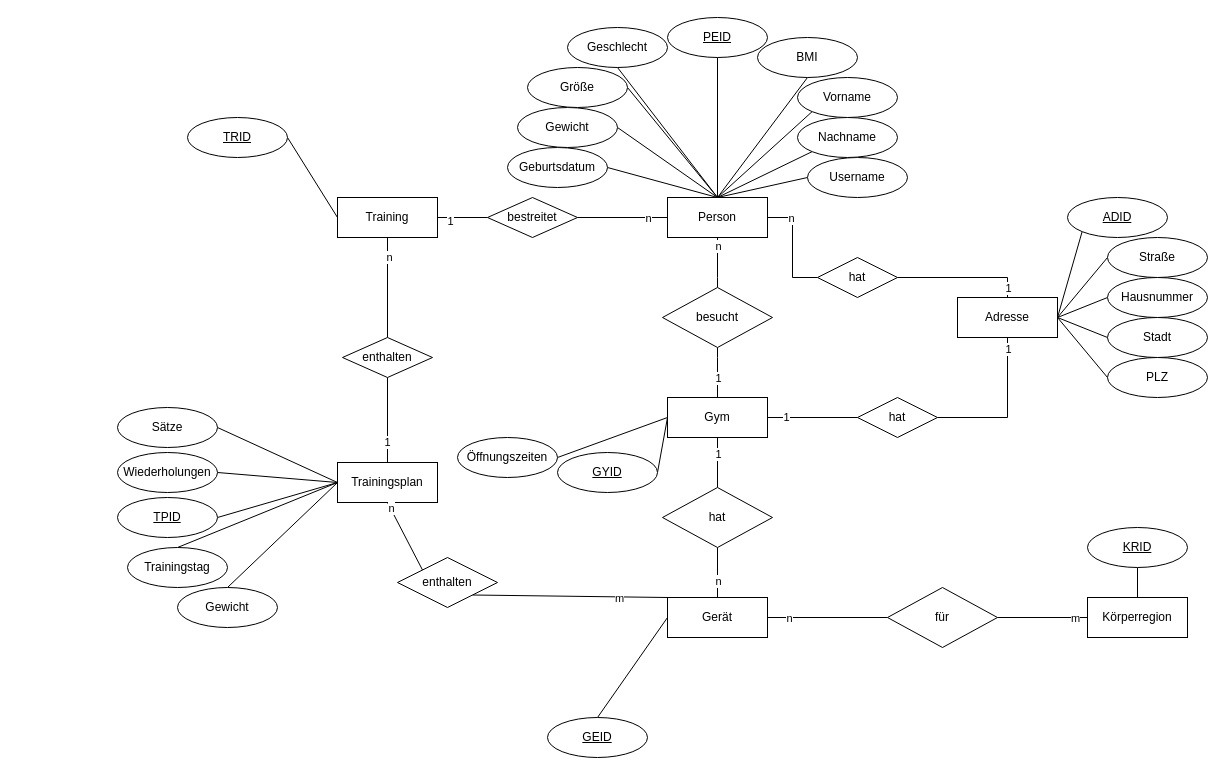
Before: Diagramme/ERDiagramm_InfinityApp.drawio in jonnef/InfinityApp, a draw.io diagram. Source tidied: cells renumbered, new cells numbered last; positions are measured from the earlier drawing's top-left corner, leaving out a move shared by most shapes. Both pictures are drawn from the tidied source at 100%, with x=0, y=0 at pixel (117, 17).
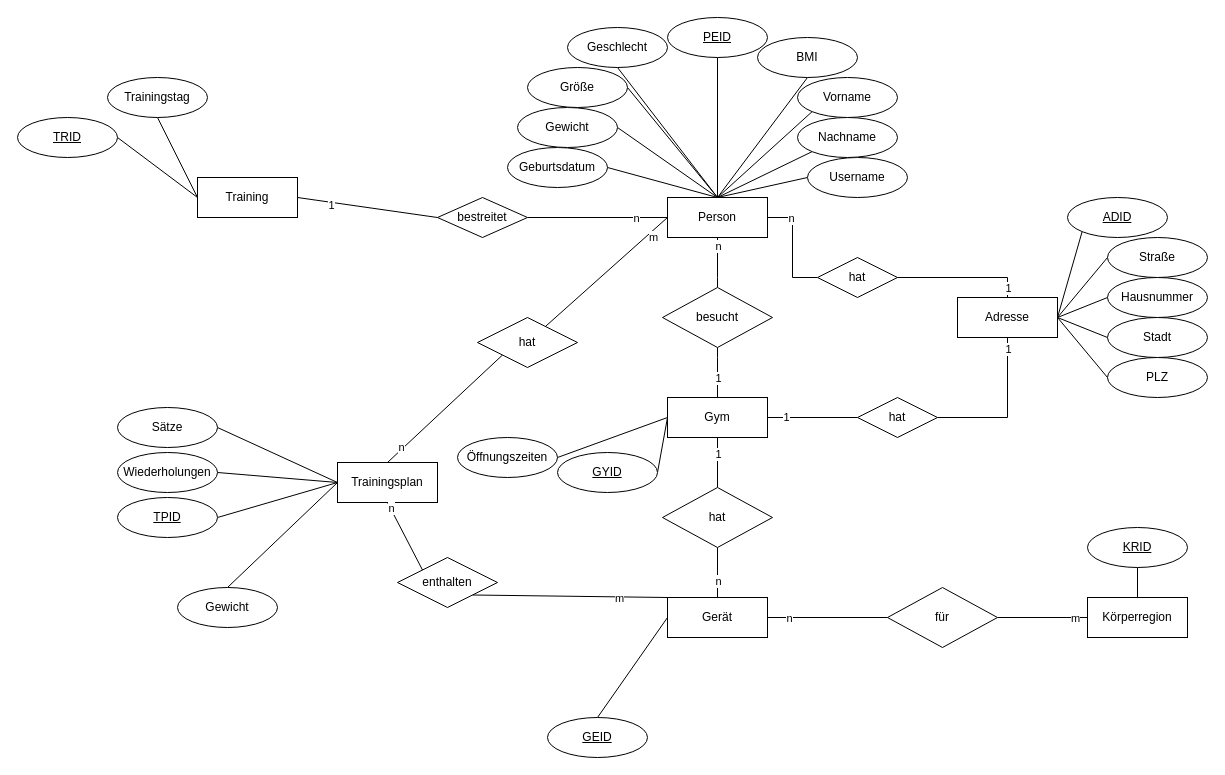
The same page after the edit.

Unchanged cells that the change refers to:
```xml
<mxCell id="6" value="Person" style="whiteSpace=wrap;html=1;align=center;" parent="1" vertex="1">
  <mxGeometry x="550" y="180" width="100" height="40" as="geometry" />
</mxCell>
<mxCell id="70" value="Trainingsplan" style="whiteSpace=wrap;html=1;align=center;" parent="1" vertex="1">
  <mxGeometry x="220" y="445" width="100" height="40" as="geometry" />
</mxCell>
```

Change to the diagram source:
```diff
@@
+    <mxCell id="97" style="edgeStyle=none;rounded=0;jettySize=auto;html=1;exitX=0;exitY=0.5;exitDx=0;exitDy=0;endArrow=none;endFill=0;" parent="1" edge="1" source="6" target="101">
+      <mxGeometry relative="1" as="geometry" />
+    </mxCell>
+    <mxCell id="98" value="m" style="edgeLabel;html=1;align=center;verticalAlign=middle;" parent="97" vertex="1">
+      <mxGeometry x="-0.71" y="5" relative="1" as="geometry" />
+    </mxCell>
@@
-    <mxCell id="82" style="edgeStyle=none;rounded=0;jettySize=auto;html=1;exitX=0.5;exitY=0;exitDx=0;exitDy=0;entryX=0;entryY=0.5;entryDx=0;entryDy=0;endArrow=none;endFill=0;" parent="1" edge="1" source="83" target="70">
-      <mxGeometry relative="1" as="geometry" />
-    </mxCell>
-    <mxCell id="83" value="Trainingstag" style="ellipse;whiteSpace=wrap;html=1;align=center;" parent="1" vertex="1">
-      <mxGeometry x="10" y="530" width="100" height="40" as="geometry" />
-    </mxCell>
     <mxCell id="84" value="Training" style="whiteSpace=wrap;html=1;align=center;" parent="1" vertex="1">
-      <mxGeometry x="220" y="180" width="100" height="40" as="geometry" />
+      <mxGeometry x="80" y="160" width="100" height="40" as="geometry" />
     </mxCell>
-    <mxCell id="85" style="edgeStyle=none;rounded=0;jettySize=auto;html=1;exitX=0.5;exitY=1;exitDx=0;exitDy=0;entryX=0.5;entryY=0;entryDx=0;entryDy=0;endArrow=none;endFill=0;" parent="1" edge="1" source="89" target="70">
-      <mxGeometry relative="1" as="geometry" />
-    </mxCell>
-    <mxCell id="86" value="1" style="edgeLabel;html=1;align=center;verticalAlign=middle;" parent="85" vertex="1">
-      <mxGeometry x="0.51" y="-1" relative="1" as="geometry" />
-    </mxCell>
-    <mxCell id="87" style="edgeStyle=none;rounded=0;jettySize=auto;html=1;exitX=0.5;exitY=0;exitDx=0;exitDy=0;entryX=0.5;entryY=1;entryDx=0;entryDy=0;endArrow=none;endFill=0;" parent="1" edge="1" source="89" target="84">
-      <mxGeometry relative="1" as="geometry" />
-    </mxCell>
-    <mxCell id="88" value="n" style="edgeLabel;html=1;align=center;verticalAlign=middle;" parent="87" vertex="1">
-      <mxGeometry x="0.62" y="-1" relative="1" as="geometry" />
-    </mxCell>
-    <mxCell id="89" value="enthalten" style="shape=rhombus;perimeter=rhombusPerimeter;whiteSpace=wrap;html=1;align=center;" parent="1" vertex="1">
-      <mxGeometry x="225" y="320" width="90" height="40" as="geometry" />
-    </mxCell>
@@
     <mxCell id="92" value="bestreitet" style="shape=rhombus;perimeter=rhombusPerimeter;whiteSpace=wrap;html=1;align=center;" parent="1" vertex="1">
-      <mxGeometry x="370" y="180" width="90" height="40" as="geometry" />
+      <mxGeometry x="320" y="180" width="90" height="40" as="geometry" />
     </mxCell>
@@
     <mxCell id="94" value="TRID" style="ellipse;whiteSpace=wrap;html=1;align=center;fontStyle=4;" parent="1" vertex="1">
-      <mxGeometry x="70" y="100" width="100" height="40" as="geometry" />
+      <mxGeometry x="-100" y="100" width="100" height="40" as="geometry" />
     </mxCell>
@@
+    <mxCell id="99" style="edgeStyle=none;rounded=0;jettySize=auto;html=1;exitX=0.5;exitY=1;exitDx=0;exitDy=0;endArrow=none;endFill=0;" parent="1" edge="1" source="83">
+      <mxGeometry relative="1" as="geometry">
+        <mxPoint x="80" y="180" as="targetPoint" />
+      </mxGeometry>
+    </mxCell>
+    <mxCell id="83" value="Trainingstag" style="ellipse;whiteSpace=wrap;html=1;align=center;" parent="1" vertex="1">
+      <mxGeometry x="-10" y="60" width="100" height="40" as="geometry" />
+    </mxCell>
+    <mxCell id="100" style="edgeStyle=none;rounded=0;jettySize=auto;html=1;exitX=0;exitY=1;exitDx=0;exitDy=0;entryX=0.5;entryY=0;entryDx=0;entryDy=0;endArrow=none;endFill=0;" parent="1" edge="1" source="101" target="70">
+      <mxGeometry relative="1" as="geometry" />
+    </mxCell>
+    <mxCell id="88" value="n" style="edgeLabel;html=1;align=center;verticalAlign=middle;" parent="100" vertex="1">
+      <mxGeometry x="0.73" y="-1" relative="1" as="geometry">
+        <mxPoint x="-1" as="offset" />
+      </mxGeometry>
+    </mxCell>
+    <mxCell id="101" value="hat" style="shape=rhombus;perimeter=rhombusPerimeter;whiteSpace=wrap;html=1;align=center;" parent="1" vertex="1">
+      <mxGeometry x="360" y="300" width="100" height="50" as="geometry" />
+    </mxCell>
```
